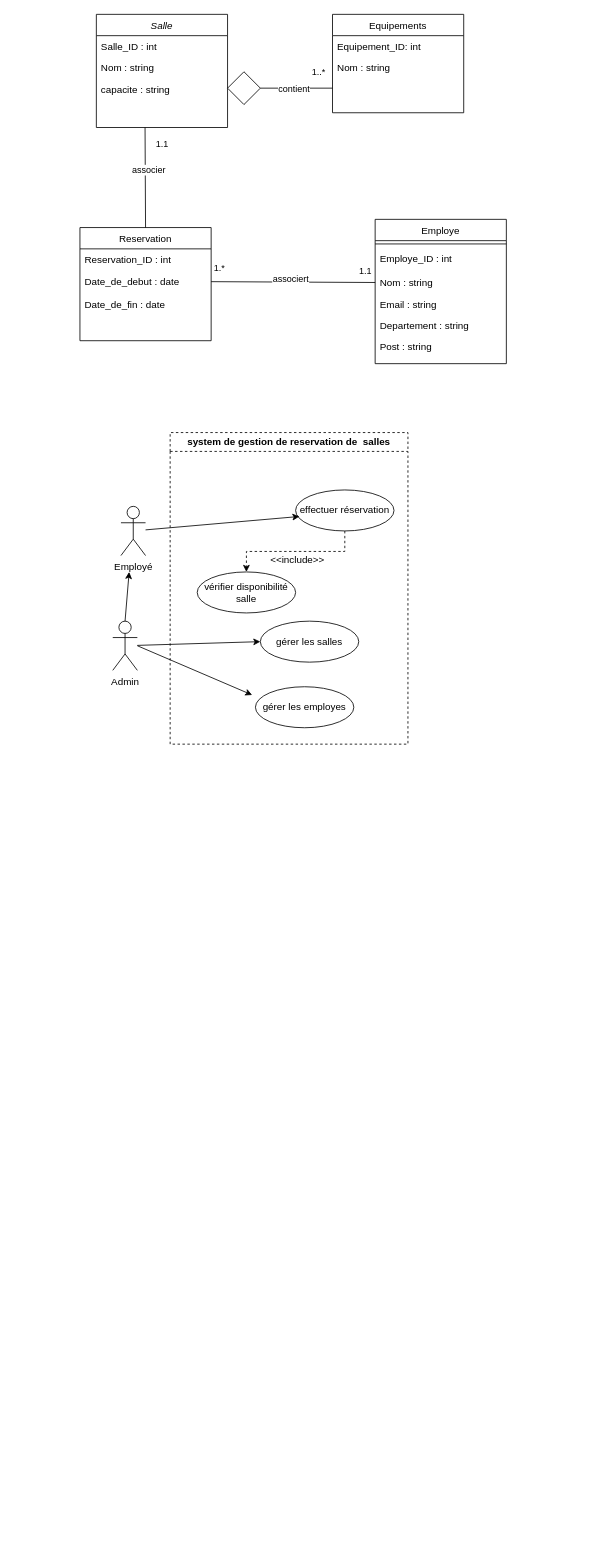
This is Diagramme sans nom.drawio from Fatiroot/Bookify, a draw.io file, before an edit. Source tidied: cells renumbered, new cells numbered last; positions are measured from the earlier drawing's top-left corner, leaving out a move shared by most shapes. Both pictures are drawn from the tidied source at 82%, with x=0, y=0 at pixel (80, 14).
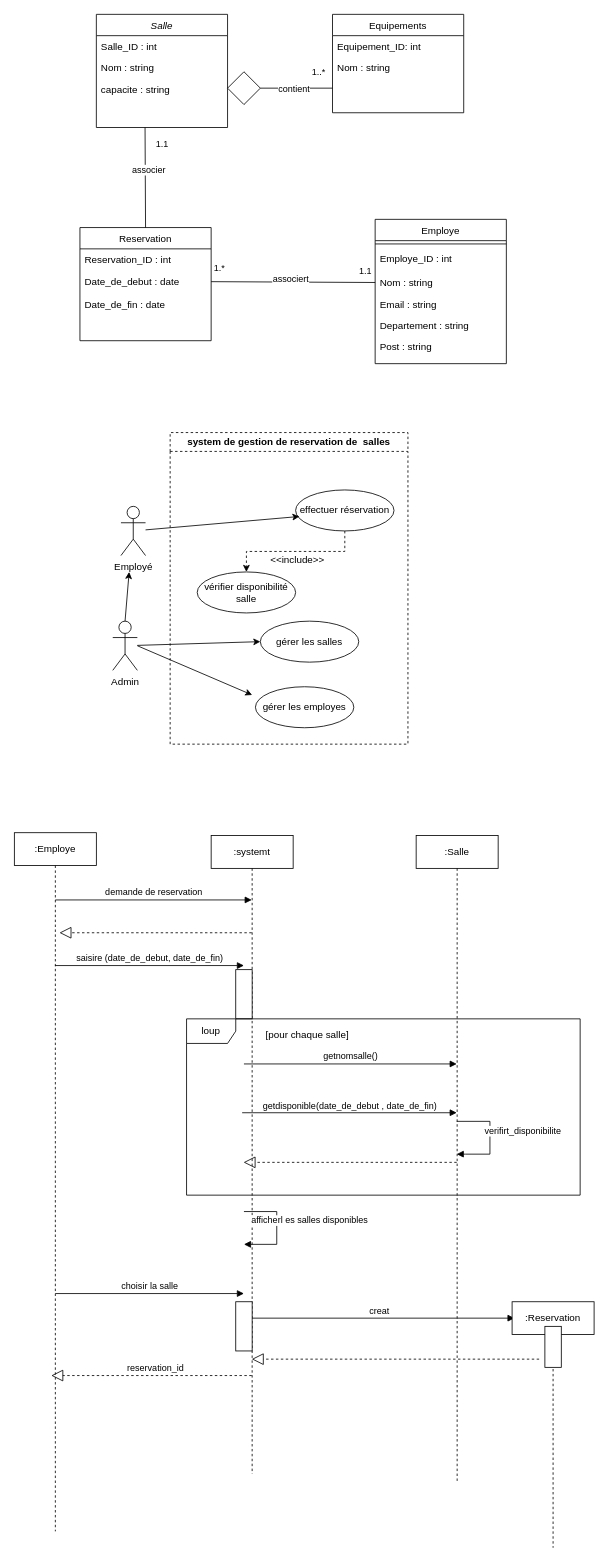
Above is the later version.

Commit message:
Mettre à jour Diagramme de classe ,cas d'utilisation et de séquence

Change to the diagram source:
```diff
@@
+    <mxCell id="44" value=":Employe" style="shape=umlLifeline;perimeter=lifelinePerimeter;whiteSpace=wrap;html=1;outlineConnect=0;portConstraint=eastwest;newEdgeStyle={&quot;curved&quot;:0,&quot;rounded&quot;:0};" parent="1" vertex="1">
+      <mxGeometry x="-80" y="998" width="100" height="852" as="geometry" />
+    </mxCell>
+    <mxCell id="45" value=":systemt" style="shape=umlLifeline;perimeter=lifelinePerimeter;whiteSpace=wrap;html=1;outlineConnect=0;portConstraint=eastwest;newEdgeStyle={&quot;curved&quot;:0,&quot;rounded&quot;:0};" parent="1" vertex="1">
+      <mxGeometry x="160" y="1001.5" width="100" height="778.5" as="geometry" />
+    </mxCell>
+    <mxCell id="46" value="demande de reservation" style="html=1;verticalAlign=bottom;endArrow=block;curved=0;rounded=0;" parent="1" edge="1" target="45">
+      <mxGeometry relative="1" as="geometry">
+        <mxPoint x="-30" y="1080" as="sourcePoint" />
+      </mxGeometry>
+    </mxCell>
+    <mxCell id="47" style="endArrow=block;dashed=1;endFill=0;endSize=12;html=1;rounded=0;" parent="1" edge="1" source="45">
+      <mxGeometry relative="1" as="geometry">
+        <mxPoint x="-25" y="1120" as="targetPoint" />
+      </mxGeometry>
+    </mxCell>
+    <mxCell id="48" value="saisire (date_de_debut, date_de_fin)" style="html=1;verticalAlign=bottom;endArrow=block;curved=0;rounded=0;" parent="1" edge="1" source="44">
+      <mxGeometry relative="1" as="geometry">
+        <mxPoint x="200" y="1160" as="targetPoint" />
+      </mxGeometry>
+    </mxCell>
+    <mxCell id="49" style="rounded=0;whiteSpace=wrap;html=1;" parent="1" vertex="1">
+      <mxGeometry x="190" y="1165" width="20" height="60" as="geometry" />
+    </mxCell>
+    <mxCell id="50" value="loup" style="shape=umlFrame;whiteSpace=wrap;html=1;" parent="1" vertex="1">
+      <mxGeometry x="130" y="1225" width="480" height="215" as="geometry" />
+    </mxCell>
+    <mxCell id="51" value=":Salle" style="shape=umlLifeline;perimeter=lifelinePerimeter;whiteSpace=wrap;html=1;outlineConnect=0;portConstraint=eastwest;newEdgeStyle={&quot;curved&quot;:0,&quot;rounded&quot;:0};" parent="1" vertex="1">
+      <mxGeometry x="410" y="1001.5" width="100" height="788.5" as="geometry" />
+    </mxCell>
+    <mxCell id="52" value="[pour chaque salle]" style="text;html=1;strokeColor=none;fillColor=none;align=center;verticalAlign=middle;whiteSpace=wrap;rounded=0;" parent="1" vertex="1">
+      <mxGeometry x="225" y="1230" width="105" height="30" as="geometry" />
+    </mxCell>
+    <mxCell id="53" value="getnomsalle()" style="html=1;verticalAlign=bottom;endArrow=block;curved=0;rounded=0;" parent="1" edge="1" target="51">
+      <mxGeometry relative="1" as="geometry">
+        <mxPoint x="200" y="1280" as="sourcePoint" />
+      </mxGeometry>
+    </mxCell>
+    <mxCell id="54" value="getdisponible(date_de_debut , date_de_fin)" style="html=1;verticalAlign=bottom;endArrow=block;curved=0;rounded=0;" parent="1" edge="1" target="51">
+      <mxGeometry relative="1" as="geometry">
+        <mxPoint x="197.8" y="1339.5" as="sourcePoint" />
+      </mxGeometry>
+    </mxCell>
+    <mxCell id="55" style="endArrow=block;dashed=1;endFill=0;endSize=12;html=1;rounded=0;" parent="1" edge="1">
+      <mxGeometry relative="1" as="geometry">
+        <mxPoint x="459.5" y="1400" as="sourcePoint" />
+        <mxPoint x="199.5" y="1400" as="targetPoint" />
+        <Array as="points">
+          <mxPoint x="290" y="1400" />
+        </Array>
+      </mxGeometry>
+    </mxCell>
+    <mxCell id="56" value="verifirt_disponibilite" style="html=1;verticalAlign=bottom;endArrow=block;curved=0;rounded=0;" parent="1" edge="1" source="51" target="51">
+      <mxGeometry y="40" relative="1" as="geometry">
+        <Array as="points">
+          <mxPoint x="500" y="1350" />
+          <mxPoint x="500" y="1360" />
+          <mxPoint x="500" y="1390" />
+          <mxPoint x="470" y="1390" />
+        </Array>
+      </mxGeometry>
+    </mxCell>
+    <mxCell id="57" value="afficherl es salles disponibles" style="html=1;verticalAlign=bottom;endArrow=block;curved=0;rounded=0;" parent="1" edge="1">
+      <mxGeometry y="40" relative="1" as="geometry">
+        <mxPoint x="200" y="1460" as="sourcePoint" />
+        <mxPoint x="200" y="1500" as="targetPoint" />
+        <Array as="points">
+          <mxPoint x="240" y="1460" />
+          <mxPoint x="240" y="1470" />
+          <mxPoint x="240" y="1500" />
+          <mxPoint x="210" y="1500" />
+        </Array>
+      </mxGeometry>
+    </mxCell>
+    <mxCell id="58" value="choisir la salle" style="html=1;verticalAlign=bottom;endArrow=block;curved=0;rounded=0;" parent="1" edge="1">
+      <mxGeometry relative="1" as="geometry">
+        <mxPoint x="-30" y="1560" as="sourcePoint" />
+        <mxPoint x="200" y="1560" as="targetPoint" />
+      </mxGeometry>
+    </mxCell>
+    <mxCell id="59" value="creat" style="html=1;verticalAlign=bottom;endArrow=block;curved=0;rounded=0;" parent="1" edge="1">
+      <mxGeometry relative="1" as="geometry">
+        <mxPoint x="200" y="1590" as="sourcePoint" />
+        <mxPoint x="530" y="1590" as="targetPoint" />
+      </mxGeometry>
+    </mxCell>
+    <mxCell id="60" value=":Reservation" style="shape=umlLifeline;perimeter=lifelinePerimeter;whiteSpace=wrap;html=1;newEdgeStyle={&quot;curved&quot;:0,&quot;rounded&quot;:0};" parent="1" vertex="1">
+      <mxGeometry x="527" y="1570" width="100" height="300" as="geometry" />
+    </mxCell>
+    <mxCell id="61" style="rounded=0;whiteSpace=wrap;html=1;" parent="1" vertex="1">
+      <mxGeometry x="567" y="1600" width="20" height="50" as="geometry" />
+    </mxCell>
+    <mxCell id="62" style="rounded=0;whiteSpace=wrap;html=1;" parent="1" vertex="1">
+      <mxGeometry x="190" y="1570" width="20" height="60" as="geometry" />
+    </mxCell>
+    <mxCell id="63" style="endArrow=block;dashed=1;endFill=0;endSize=12;html=1;rounded=0;" parent="1" edge="1" target="45">
+      <mxGeometry relative="1" as="geometry">
+        <mxPoint x="560" y="1640" as="sourcePoint" />
+        <Array as="points">
+          <mxPoint x="390.5" y="1640" />
+        </Array>
+      </mxGeometry>
+    </mxCell>
+    <mxCell id="64" style="endArrow=block;dashed=1;endFill=0;endSize=12;html=1;rounded=0;" parent="1" edge="1" source="45">
+      <mxGeometry relative="1" as="geometry">
+        <mxPoint x="-35" y="1660" as="targetPoint" />
+      </mxGeometry>
+    </mxCell>
+    <mxCell id="65" value="reservation_id" style="edgeLabel;html=1;align=center;verticalAlign=middle;" parent="64" vertex="1">
+      <mxGeometry x="-0.1" relative="1" as="geometry">
+        <mxPoint x="-8" y="-10" as="offset" />
+      </mxGeometry>
+    </mxCell>
```
